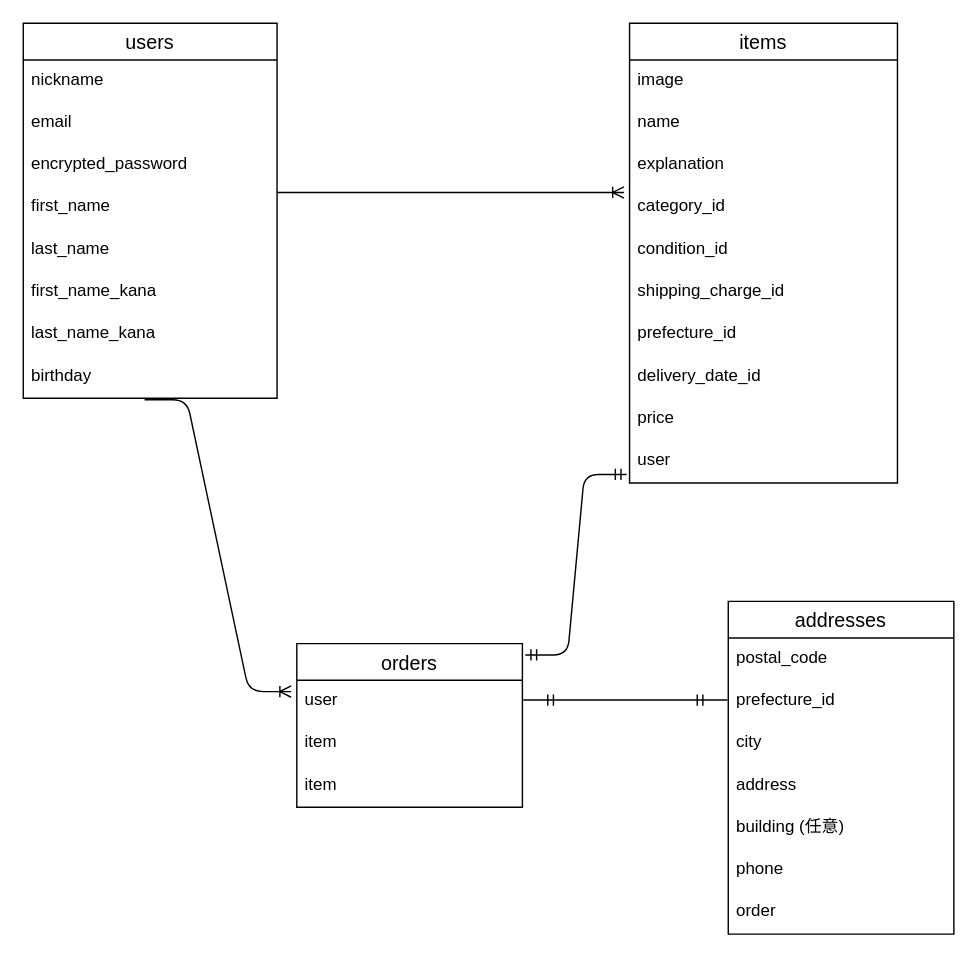
Above: test.dio in ricky0906/furima-30954 (draw.io), before the change. Source tidied: cells renumbered, new cells numbered last; positions are measured from the earlier drawing's top-left corner, leaving out a move shared by most shapes. Both pictures are drawn from the tidied source at 141%, with x=0, y=0 at pixel (23, 23).
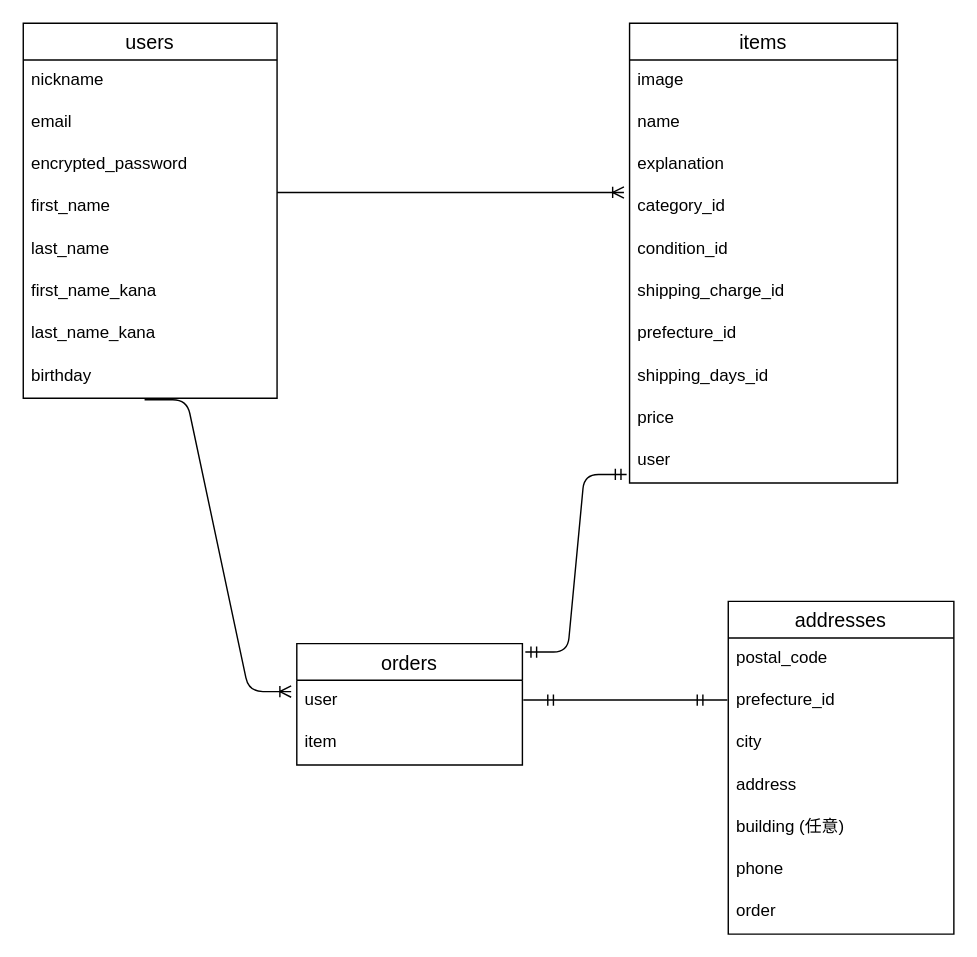
Above is the later version.

Unchanged cells that the change refers to:
```xml
<mxCell id="11" value="items" style="swimlane;fontStyle=0;horizontal=1;startSize=26;align=center;fontSize=14;" parent="1" vertex="1">
  <mxGeometry x="430" width="190" height="326" as="geometry" />
</mxCell>
```

The edit, as a diff of the source:
```diff
@@
-    <mxCell id="19" value="delivery_date_id" style="text;strokeColor=none;fillColor=none;spacingLeft=4;spacingRight=4;overflow=hidden;fontSize=12;" parent="11" vertex="1">
+    <mxCell id="19" value="shipping_days_id" style="text;strokeColor=none;fillColor=none;spacingLeft=4;spacingRight=4;overflow=hidden;fontSize=12;" parent="11" vertex="1">
       <mxGeometry y="236" width="190" height="30" as="geometry" />
     </mxCell>
@@
     <mxCell id="22" value="orders" style="swimlane;fontStyle=0;horizontal=1;startSize=26;align=center;fontSize=14;" parent="1" vertex="1">
-      <mxGeometry x="194" y="440" width="160" height="116" as="geometry" />
+      <mxGeometry x="194" y="440" width="160" height="86" as="geometry" />
     </mxCell>
@@
-    <mxCell id="25" value="item" style="text;strokeColor=none;fillColor=none;spacingLeft=4;spacingRight=4;overflow=hidden;fontSize=12;" parent="22" vertex="1">
-      <mxGeometry y="86" width="160" height="30" as="geometry" />
-    </mxCell>
```
